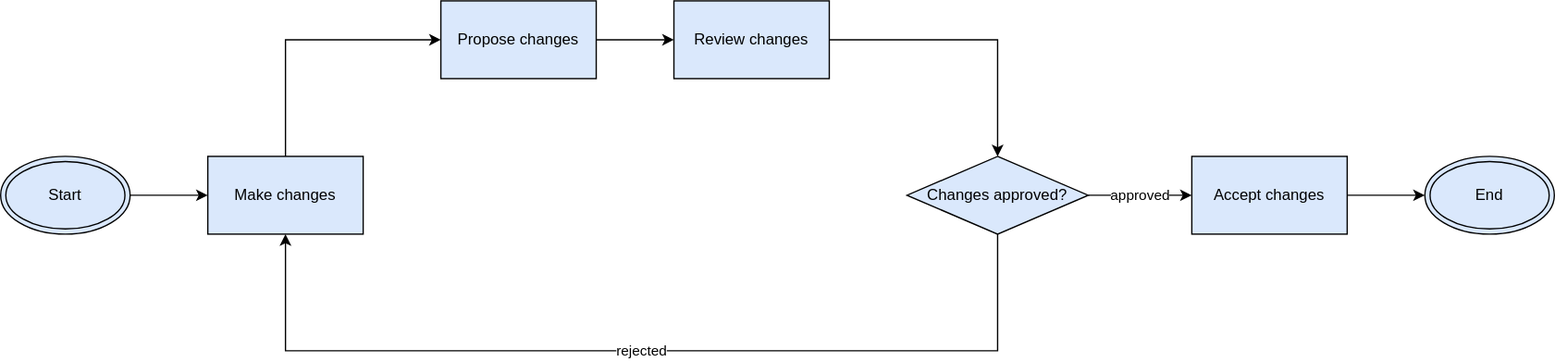
Above: docs/assets/images/process/working_on_an_upcoming_release.drawio.svg in Netbeheer-Nederland/data-products (draw.io), before the change. Source tidied: cells renumbered, new cells last; positions are measured from the earlier drawing's top-left corner, leaving out a move shared by most shapes.
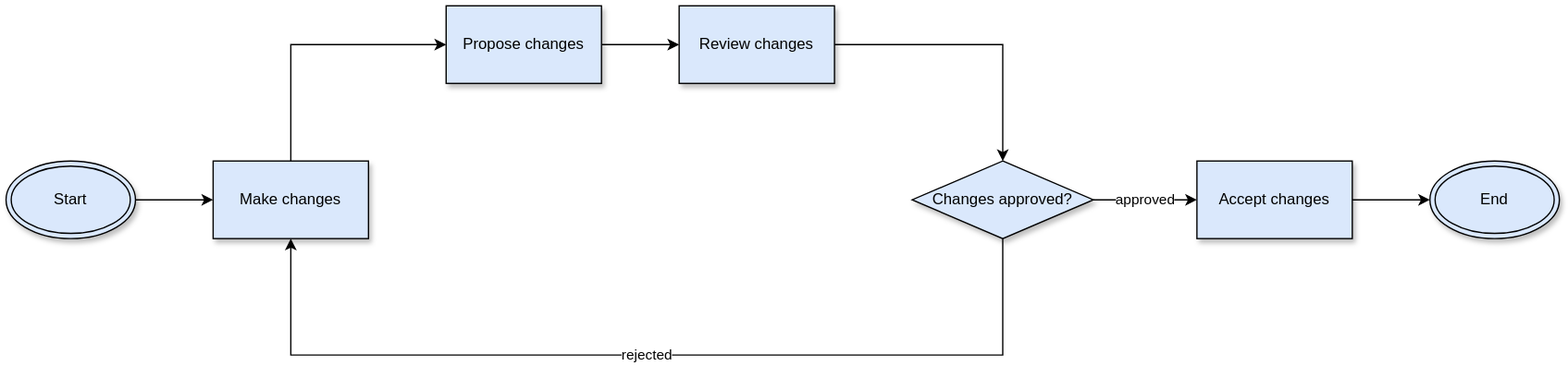
After the change.

Diff of the diagram source:
```diff
@@ -5,16 +5,16 @@
     <mxCell id="2" style="edgeStyle=none;html=1;" parent="1" edge="1" source="3" target="6">
       <mxGeometry relative="1" as="geometry" />
     </mxCell>
-    <mxCell id="3" value="Start" style="ellipse;shape=doubleEllipse;whiteSpace=wrap;html=1;fillColor=#dae8fc;strokeColor=#000000;" parent="1" vertex="1">
+    <mxCell id="3" value="Start" style="ellipse;shape=doubleEllipse;whiteSpace=wrap;html=1;fillColor=#dae8fc;strokeColor=#000000;shadow=1;" parent="1" vertex="1">
       <mxGeometry y="120" width="100" height="60" as="geometry" />
     </mxCell>
-    <mxCell id="4" value="End" style="ellipse;shape=doubleEllipse;whiteSpace=wrap;html=1;fillColor=#dae8fc;strokeColor=#000000;" parent="1" vertex="1">
+    <mxCell id="4" value="End" style="ellipse;shape=doubleEllipse;whiteSpace=wrap;html=1;fillColor=#dae8fc;strokeColor=#000000;shadow=1;" parent="1" vertex="1">
       <mxGeometry x="1100" y="120" width="100" height="60" as="geometry" />
     </mxCell>
     <mxCell id="5" style="edgeStyle=orthogonalEdgeStyle;rounded=0;jettySize=auto;html=1;exitX=0.5;exitY=0;exitDx=0;exitDy=0;entryX=0;entryY=0.5;entryDx=0;entryDy=0;" parent="1" edge="1" source="6" target="11">
       <mxGeometry relative="1" as="geometry" />
     </mxCell>
-    <mxCell id="6" value="Make changes" style="rounded=0;whiteSpace=wrap;html=1;fillColor=#dae8fc;strokeColor=#000000;" parent="1" vertex="1">
+    <mxCell id="6" value="Make changes" style="rounded=0;whiteSpace=wrap;html=1;fillColor=#dae8fc;strokeColor=#000000;shadow=1;" parent="1" vertex="1">
       <mxGeometry x="160" y="120" width="120" height="60" as="geometry" />
     </mxCell>
     <mxCell id="7" value="rejected" style="edgeStyle=orthogonalEdgeStyle;rounded=0;jettySize=auto;html=1;entryX=0.5;entryY=1;entryDx=0;entryDy=0;" parent="1" edge="1" source="9" target="6">
@@ -28,25 +28,25 @@
     <mxCell id="8" value="approved" style="edgeStyle=orthogonalEdgeStyle;rounded=0;jettySize=auto;html=1;" parent="1" edge="1" source="9" target="15">
       <mxGeometry relative="1" as="geometry" />
     </mxCell>
-    <mxCell id="9" value="Changes approved?" style="rhombus;whiteSpace=wrap;html=1;fillColor=#dae8fc;strokeColor=#000000;" parent="1" vertex="1">
+    <mxCell id="9" value="Changes approved?" style="rhombus;whiteSpace=wrap;html=1;fillColor=#dae8fc;strokeColor=#000000;shadow=1;" parent="1" vertex="1">
       <mxGeometry x="700" y="120" width="140" height="60" as="geometry" />
     </mxCell>
     <mxCell id="10" style="edgeStyle=orthogonalEdgeStyle;rounded=0;jettySize=auto;html=1;" parent="1" edge="1" source="11" target="13">
       <mxGeometry relative="1" as="geometry" />
     </mxCell>
-    <mxCell id="11" value="Propose changes" style="rounded=0;whiteSpace=wrap;html=1;fillColor=#dae8fc;strokeColor=#000000;" parent="1" vertex="1">
+    <mxCell id="11" value="Propose changes" style="rounded=0;whiteSpace=wrap;html=1;fillColor=#dae8fc;strokeColor=#000000;shadow=1;" parent="1" vertex="1">
       <mxGeometry x="340" width="120" height="60" as="geometry" />
     </mxCell>
     <mxCell id="12" style="edgeStyle=orthogonalEdgeStyle;rounded=0;jettySize=auto;html=1;entryX=0.5;entryY=0;entryDx=0;entryDy=0;" parent="1" edge="1" source="13" target="9">
       <mxGeometry relative="1" as="geometry" />
     </mxCell>
-    <mxCell id="13" value="Review changes" style="rounded=0;whiteSpace=wrap;html=1;fillColor=#dae8fc;strokeColor=#000000;" parent="1" vertex="1">
+    <mxCell id="13" value="Review changes" style="rounded=0;whiteSpace=wrap;html=1;fillColor=#dae8fc;strokeColor=#000000;shadow=1;" parent="1" vertex="1">
       <mxGeometry x="520" width="120" height="60" as="geometry" />
     </mxCell>
     <mxCell id="14" style="edgeStyle=orthogonalEdgeStyle;rounded=0;jettySize=auto;html=1;" parent="1" edge="1" source="15" target="4">
       <mxGeometry relative="1" as="geometry" />
     </mxCell>
-    <mxCell id="15" value="Accept changes" style="rounded=0;whiteSpace=wrap;html=1;fillColor=#dae8fc;strokeColor=#000000;" parent="1" vertex="1">
+    <mxCell id="15" value="Accept changes" style="rounded=0;whiteSpace=wrap;html=1;fillColor=#dae8fc;strokeColor=#000000;shadow=1;" parent="1" vertex="1">
       <mxGeometry x="920" y="120" width="120" height="60" as="geometry" />
     </mxCell>
   </root>
```
